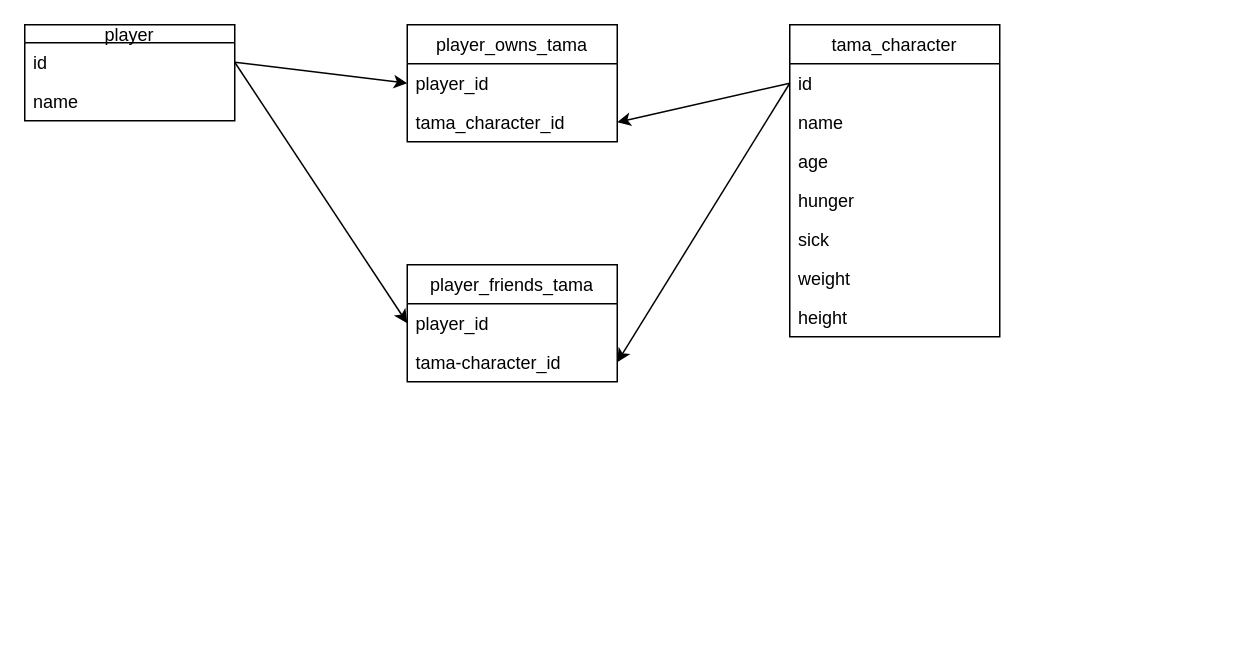
The draw.io diagram project-management/diagrams/erd.drawio in circuitsunfish/tamagotchi, before the edit. Source tidied: cells renumbered, new cells numbered last; positions are measured from the earlier drawing's top-left corner, leaving out a move shared by most shapes. Both pictures are drawn from the tidied source at 150%, with x=0, y=0 at pixel (24, 24).
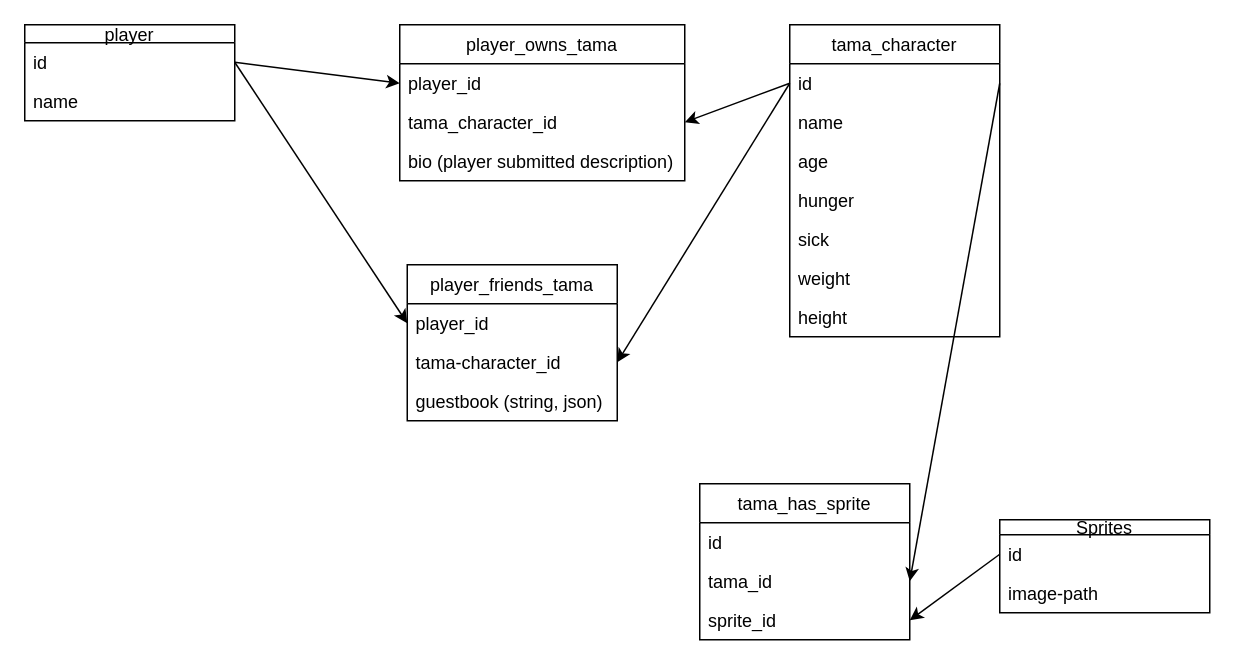
After the change.

Commit message:
added sprite and sprite join table

Unchanged cells that the change refers to:
```xml
<mxCell id="3" value="id" style="text;strokeColor=none;fillColor=none;align=left;verticalAlign=top;spacingLeft=4;spacingRight=4;overflow=hidden;points=[[0,0.5],[1,0.5]];portConstraint=eastwest;" parent="2" vertex="1">
  <mxGeometry y="26" width="140" height="26" as="geometry" />
</mxCell>
```

Change to the diagram source:
```diff
@@
     <mxCell id="13" value="player_owns_tama" style="swimlane;fontStyle=0;horizontal=1;startSize=26;fillColor=none;" parent="1" vertex="1">
-      <mxGeometry x="255" width="140" height="78" as="geometry" />
+      <mxGeometry x="250" width="190" height="104" as="geometry" />
     </mxCell>
     <mxCell id="14" value="player_id" style="text;strokeColor=none;fillColor=none;align=left;verticalAlign=top;spacingLeft=4;spacingRight=4;overflow=hidden;points=[[0,0.5],[1,0.5]];portConstraint=eastwest;" parent="13" vertex="1">
-      <mxGeometry y="26" width="140" height="26" as="geometry" />
+      <mxGeometry y="26" width="190" height="26" as="geometry" />
     </mxCell>
     <mxCell id="15" value="tama_character_id" style="text;strokeColor=none;fillColor=none;align=left;verticalAlign=top;spacingLeft=4;spacingRight=4;overflow=hidden;points=[[0,0.5],[1,0.5]];portConstraint=eastwest;" parent="13" vertex="1">
-      <mxGeometry y="52" width="140" height="26" as="geometry" />
+      <mxGeometry y="52" width="190" height="26" as="geometry" />
     </mxCell>
+    <mxCell id="23" value="bio (player submitted description)&#10;" style="text;strokeColor=none;fillColor=none;align=left;verticalAlign=top;spacingLeft=4;spacingRight=4;overflow=hidden;" parent="13" vertex="1">
+      <mxGeometry y="78" width="190" height="26" as="geometry" />
+    </mxCell>
     <mxCell id="16" value="player_friends_tama" style="swimlane;fontStyle=0;horizontal=1;startSize=26;fillColor=none;" parent="1" vertex="1">
-      <mxGeometry x="255" y="160" width="140" height="78" as="geometry" />
+      <mxGeometry x="255" y="160" width="140" height="104" as="geometry" />
     </mxCell>
@@
+    <mxCell id="24" value="guestbook (string, json)" style="text;strokeColor=none;fillColor=none;align=left;verticalAlign=top;spacingLeft=4;spacingRight=4;overflow=hidden;" parent="16" vertex="1">
+      <mxGeometry y="78" width="140" height="26" as="geometry" />
+    </mxCell>
@@
+    <mxCell id="25" value="Sprites" style="swimlane;fontStyle=0;horizontal=1;startSize=10;fillColor=none;" parent="1" vertex="1">
+      <mxGeometry x="650" y="330" width="140" height="62" as="geometry" />
+    </mxCell>
+    <mxCell id="26" value="id" style="text;strokeColor=none;fillColor=none;align=left;verticalAlign=top;spacingLeft=4;spacingRight=4;overflow=hidden;points=[[0,0.5],[1,0.5]];portConstraint=eastwest;" parent="25" vertex="1">
+      <mxGeometry y="10" width="140" height="26" as="geometry" />
+    </mxCell>
+    <mxCell id="27" value="image-path" style="text;strokeColor=none;fillColor=none;align=left;verticalAlign=top;spacingLeft=4;spacingRight=4;overflow=hidden;" parent="25" vertex="1">
+      <mxGeometry y="36" width="140" height="26" as="geometry" />
+    </mxCell>
+    <mxCell id="28" value="tama_has_sprite" style="swimlane;fontStyle=0;horizontal=1;startSize=26;fillColor=none;" parent="1" vertex="1">
+      <mxGeometry x="450" y="306" width="140" height="104" as="geometry" />
+    </mxCell>
+    <mxCell id="29" value="id" style="text;strokeColor=none;fillColor=none;align=left;verticalAlign=top;spacingLeft=4;spacingRight=4;overflow=hidden;" parent="28" vertex="1">
+      <mxGeometry y="26" width="140" height="26" as="geometry" />
+    </mxCell>
+    <mxCell id="30" value="tama_id" style="text;strokeColor=none;fillColor=none;align=left;verticalAlign=top;spacingLeft=4;spacingRight=4;overflow=hidden;points=[[0,0.5],[1,0.5]];portConstraint=eastwest;" parent="28" vertex="1">
+      <mxGeometry y="52" width="140" height="26" as="geometry" />
+    </mxCell>
+    <mxCell id="31" value="sprite_id" style="text;strokeColor=none;fillColor=none;align=left;verticalAlign=top;spacingLeft=4;spacingRight=4;overflow=hidden;points=[[0,0.5],[1,0.5]];portConstraint=eastwest;" parent="28" vertex="1">
+      <mxGeometry y="78" width="140" height="26" as="geometry" />
+    </mxCell>
+    <mxCell id="32" style="edgeStyle=none;html=1;exitX=1;exitY=0.5;exitDx=0;exitDy=0;entryX=1;entryY=0.5;entryDx=0;entryDy=0;" parent="1" edge="1" source="3" target="30">
+      <mxGeometry relative="1" as="geometry" />
+    </mxCell>
+    <mxCell id="33" style="edgeStyle=none;html=1;exitX=0;exitY=0.5;exitDx=0;exitDy=0;entryX=1;entryY=0.5;entryDx=0;entryDy=0;" parent="1" edge="1" source="26" target="31">
+      <mxGeometry relative="1" as="geometry" />
+    </mxCell>
```
